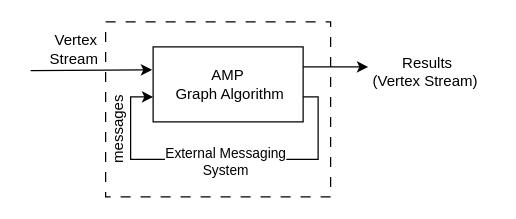
This is page "AMP" (4 of 10) of All execution models.drawio from komzy/FlinkPregelPaper, a draw.io file, before an edit. Source tidied: cells renumbered, new cells numbered last; positions are measured from the earlier drawing's top-left corner, leaving out a move shared by most shapes. Both pictures are drawn from the tidied source at 125%, with x=0, y=0 at pixel (30, 21).
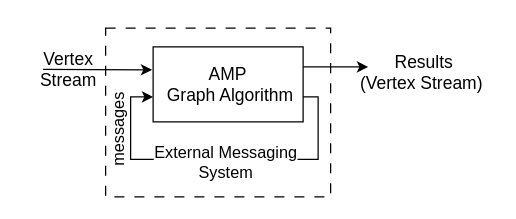
The same page after the edit.

What changed in the source:
```diff
@@
 <mxGraphModel>
   <root>
     <mxCell id="0" />
     <mxCell id="1" parent="0" />
     <mxCell id="2" style="rounded=0;whiteSpace=wrap;html=1;fillColor=none;dashed=1;dashPattern=8 8;" parent="1" vertex="1">
-      <mxGeometry x="60" width="180" height="140" as="geometry" />
+      <mxGeometry x="60" y="5" width="180" height="135" as="geometry" />
     </mxCell>
-    <mxCell id="3" value="AMP&lt;div&gt;&amp;nbsp;Graph Algorithm&lt;/div&gt;" style="rounded=0;whiteSpace=wrap;html=1;" parent="1" vertex="1">
+    <mxCell id="3" value="AMP&lt;div&gt;&amp;nbsp;Graph Algorithm&lt;/div&gt;" style="rounded=0;whiteSpace=wrap;html=1;fontSize=14;" parent="1" vertex="1">
       <mxGeometry x="98" y="20" width="120" height="60" as="geometry" />
     </mxCell>
     <mxCell id="4" style="endArrow=classic;html=1;rounded=0;entryX=-0.007;entryY=0.306;entryDx=0;entryDy=0;entryPerimeter=0;" parent="1" edge="1" target="3">
       <mxGeometry relative="1" as="geometry">
-        <mxPoint y="39" as="sourcePoint" />
+        <mxPoint x="10" y="38" as="sourcePoint" />
       </mxGeometry>
     </mxCell>
     <mxCell id="5" style="endArrow=classic;html=1;rounded=0;curved=0;exitX=1;exitY=0.666;exitDx=0;exitDy=0;exitPerimeter=0;" parent="1" edge="1" source="3">
       <mxGeometry relative="1" as="geometry">
         <mxPoint x="98" y="60" as="targetPoint" />
         <Array as="points">
           <mxPoint x="230" y="60" />
           <mxPoint x="230" y="110" />
           <mxPoint x="80" y="110" />
           <mxPoint x="80" y="60" />
         </Array>
       </mxGeometry>
     </mxCell>
-    <mxCell id="6" value="External Messaging&lt;div&gt;System&lt;/div&gt;" style="edgeLabel;html=1;align=center;verticalAlign=middle;" parent="5" vertex="1">
+    <mxCell id="6" value="&lt;font&gt;External Messaging&lt;/font&gt;&lt;div&gt;&lt;font&gt;System&lt;/font&gt;&lt;/div&gt;" style="edgeLabel;html=1;align=center;verticalAlign=middle;fontSize=13;" parent="5" vertex="1">
       <mxGeometry x="-0.03" y="1" relative="1" as="geometry">
         <mxPoint x="-1" as="offset" />
       </mxGeometry>
     </mxCell>
     <mxCell id="7" style="endArrow=classic;html=1;rounded=0;" parent="1" edge="1">
       <mxGeometry relative="1" as="geometry">
         <mxPoint x="218" y="36" as="sourcePoint" />
         <mxPoint x="270" y="36" as="targetPoint" />
       </mxGeometry>
     </mxCell>
-    <mxCell id="8" value="&amp;nbsp;Results&lt;div&gt;(Vertex Stream)&lt;/div&gt;" style="text;html=1;whiteSpace=wrap;strokeColor=none;fillColor=none;align=center;verticalAlign=middle;rounded=0;" parent="1" vertex="1">
-      <mxGeometry x="261" y="20" width="110" height="40" as="geometry" />
+    <mxCell id="8" value="&amp;nbsp;Results&lt;div&gt;(Vertex Stream)&lt;/div&gt;" style="text;html=1;whiteSpace=wrap;strokeColor=none;fillColor=none;align=center;verticalAlign=middle;rounded=0;fontSize=14;" parent="1" vertex="1">
+      <mxGeometry x="258" y="20" width="110" height="40" as="geometry" />
     </mxCell>
+    <mxCell id="10" value="messages" style="text;html=1;whiteSpace=wrap;strokeColor=none;fillColor=none;align=center;verticalAlign=middle;rounded=0;horizontal=0;fontSize=13;" parent="1" vertex="1">
+      <mxGeometry x="50" y="51" width="40" height="70" as="geometry" />
+    </mxCell>
-    <mxCell id="9" value="&amp;nbsp;Vertex&lt;div&gt;Stream&lt;/div&gt;" style="text;html=1;whiteSpace=wrap;strokeColor=none;fillColor=none;align=center;verticalAlign=middle;rounded=0;" parent="1" vertex="1">
-      <mxGeometry x="5" y="7" width="60" height="30" as="geometry" />
+    <mxCell id="9" value="Vertex&lt;div&gt;Stream&lt;/div&gt;" style="text;html=1;whiteSpace=wrap;strokeColor=none;fillColor=none;align=center;verticalAlign=middle;rounded=0;fontSize=14;" parent="1" vertex="1">
+      <mxGeometry x="-1" y="23" width="63" height="30" as="geometry" />
     </mxCell>
-    <mxCell id="10" value="messages" style="text;html=1;whiteSpace=wrap;strokeColor=none;fillColor=none;align=center;verticalAlign=middle;rounded=0;horizontal=0;" parent="1" vertex="1">
-      <mxGeometry x="30" y="71" width="80" height="30" as="geometry" />
-    </mxCell>
   </root>
 </mxGraphModel>
```
